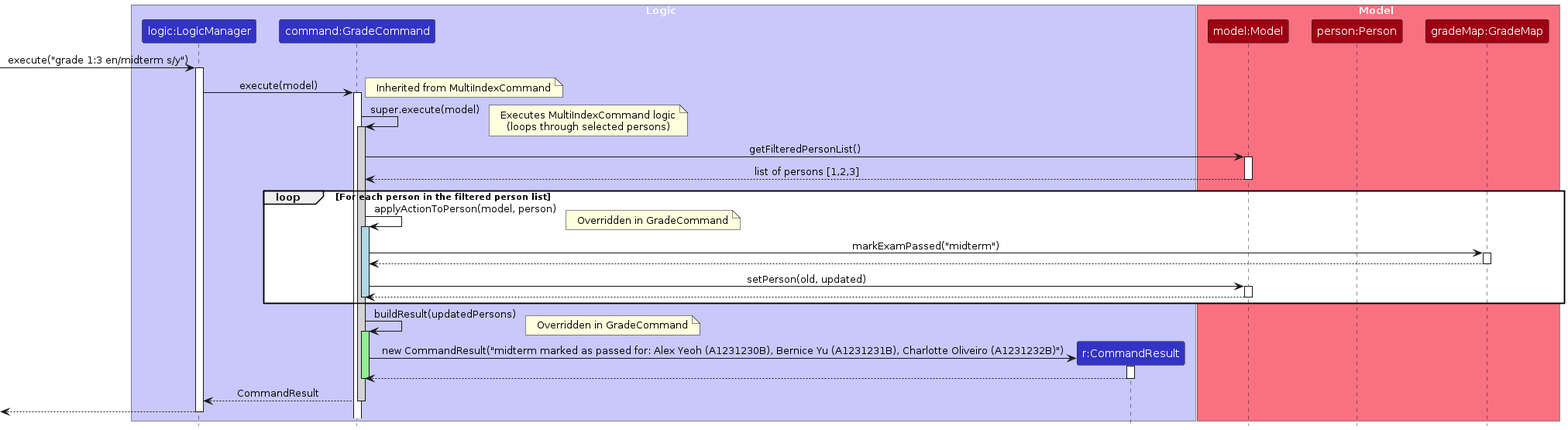
This is diagrams/GradeCommand/GradeSequenceDiagram.png from junhao4/tp, a PlantUML export, as it was before one commit. Its source is kept beside it as diagrams/GradeCommand/GradeSequenceDiagram.puml.
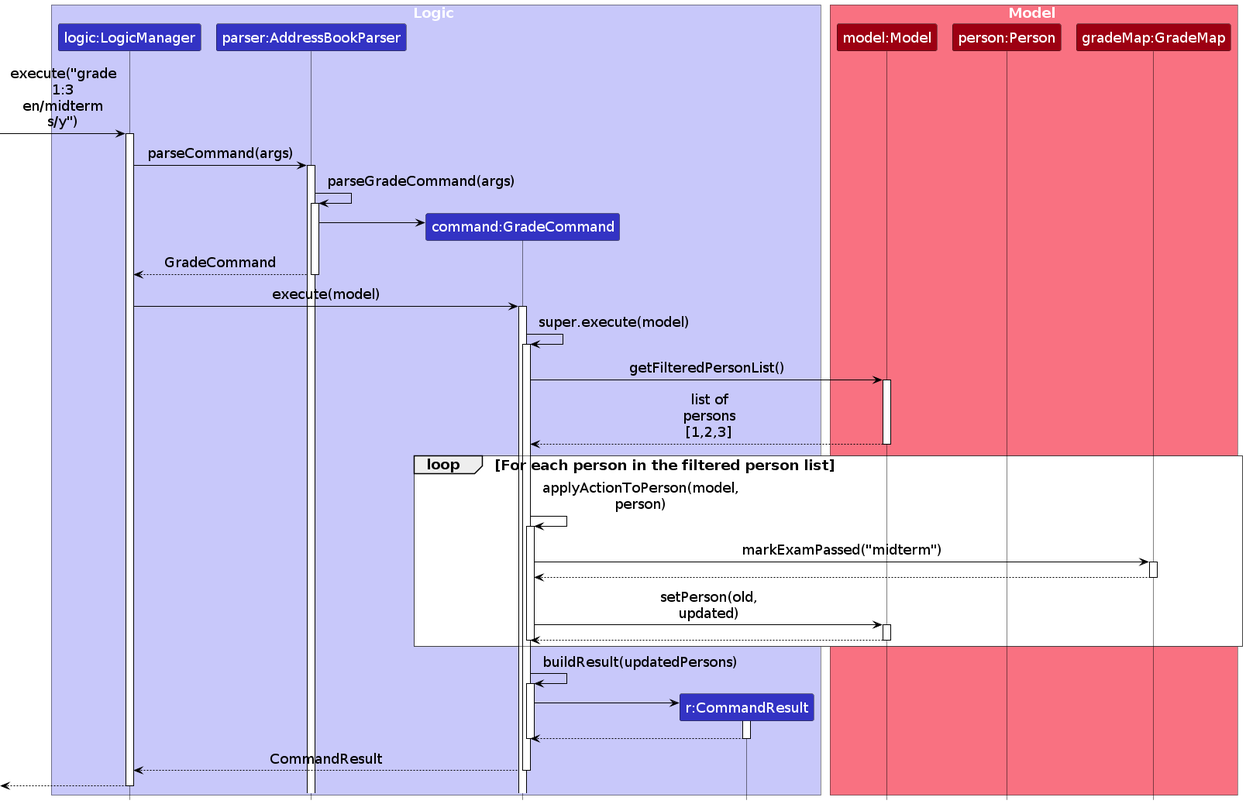
The same file after the commit.

Change to the diagram source:
```diff
@@ -1,9 +1,35 @@
 @startuml
 !include ../style.puml
 skinparam ArrowFontStyle plain
+skinparam defaultFontSize 18
+skinparam ArrowFontSize 18
+skinparam ParticipantFontSize 18
+skinparam NoteFontSize 18
+skinparam BoxFontSize 18
+
+skinparam ParticipantPadding 5
+skinparam BoxPadding 5
+skinparam ArrowThickness 1
+skinparam ArrowColor Black
+skinparam LifelineStrategy solid
+skinparam LifelineStroke 1
+skinparam SequenceMessageAlign center
+skinparam SequenceLifeLineBorderColor Black
+skinparam SequenceLifeLineBorderThickness 0.5
+skinparam SequenceActorBorderThickness 0.5
+skinparam ParticipantMargin 5
+skinparam ParticipantSpacing 40
+skinparam SequenceDiagramPadding 5
+skinparam SequenceMessagePadding 3
+skinparam SequenceBoxBorderThickness 0.5
+skinparam SequenceGroupBorderThickness 0.5
+skinparam SequenceGroupPadding 3
+skinparam SequenceDividerFontSize 16
+skinparam MaxMessageSize 100
 
 box Logic LOGIC_COLOR_T1
 participant "logic:LogicManager" as LogicManager LOGIC_COLOR
+participant "parser:AddressBookParser" as AddressBookParser LOGIC_COLOR
 participant "command:GradeCommand" as GradeCommand LOGIC_COLOR
 participant "r:CommandResult" as CommandResult LOGIC_COLOR
 end box
@@ -17,13 +43,21 @@
 [-> LogicManager : execute("grade 1:3 en/midterm s/y")
 activate LogicManager
 
+LogicManager -> AddressBookParser : parseCommand(args)
+activate AddressBookParser
+
+AddressBookParser -> AddressBookParser : parseGradeCommand(args)
+activate AddressBookParser
+create GradeCommand
+AddressBookParser -> GradeCommand
+AddressBookParser --> LogicManager : GradeCommand
+deactivate AddressBookParser
+
 LogicManager -> GradeCommand : execute(model)
 activate GradeCommand
-note right: Inherited from MultiIndexCommand
 
 GradeCommand -> GradeCommand : super.execute(model)
-activate GradeCommand #LightGray
-note right: Executes MultiIndexCommand logic\n(loops through selected persons)
+activate GradeCommand
 
 GradeCommand -> Model : getFilteredPersonList()
 activate Model
@@ -32,8 +66,7 @@
 
 loop For each person in the filtered person list
     GradeCommand -> GradeCommand : applyActionToPerson(model, person)
-    activate GradeCommand #LightBlue
-    note right: Overridden in GradeCommand
+    activate GradeCommand
 
     GradeCommand -> GradeMap : markExamPassed("midterm")
     activate GradeMap
@@ -49,11 +82,10 @@
 end
 
 GradeCommand -> GradeCommand : buildResult(updatedPersons)
-activate GradeCommand #LightGreen
-note right: Overridden in GradeCommand
+activate GradeCommand
 
 create CommandResult
-GradeCommand -> CommandResult : new CommandResult("midterm marked as passed for: Alex Yeoh (A1231230B), Bernice Yu (A1231231B), Charlotte Oliveiro (A1231232B)")
+GradeCommand -> CommandResult
 activate CommandResult
 CommandResult --> GradeCommand
 deactivate CommandResult
```
